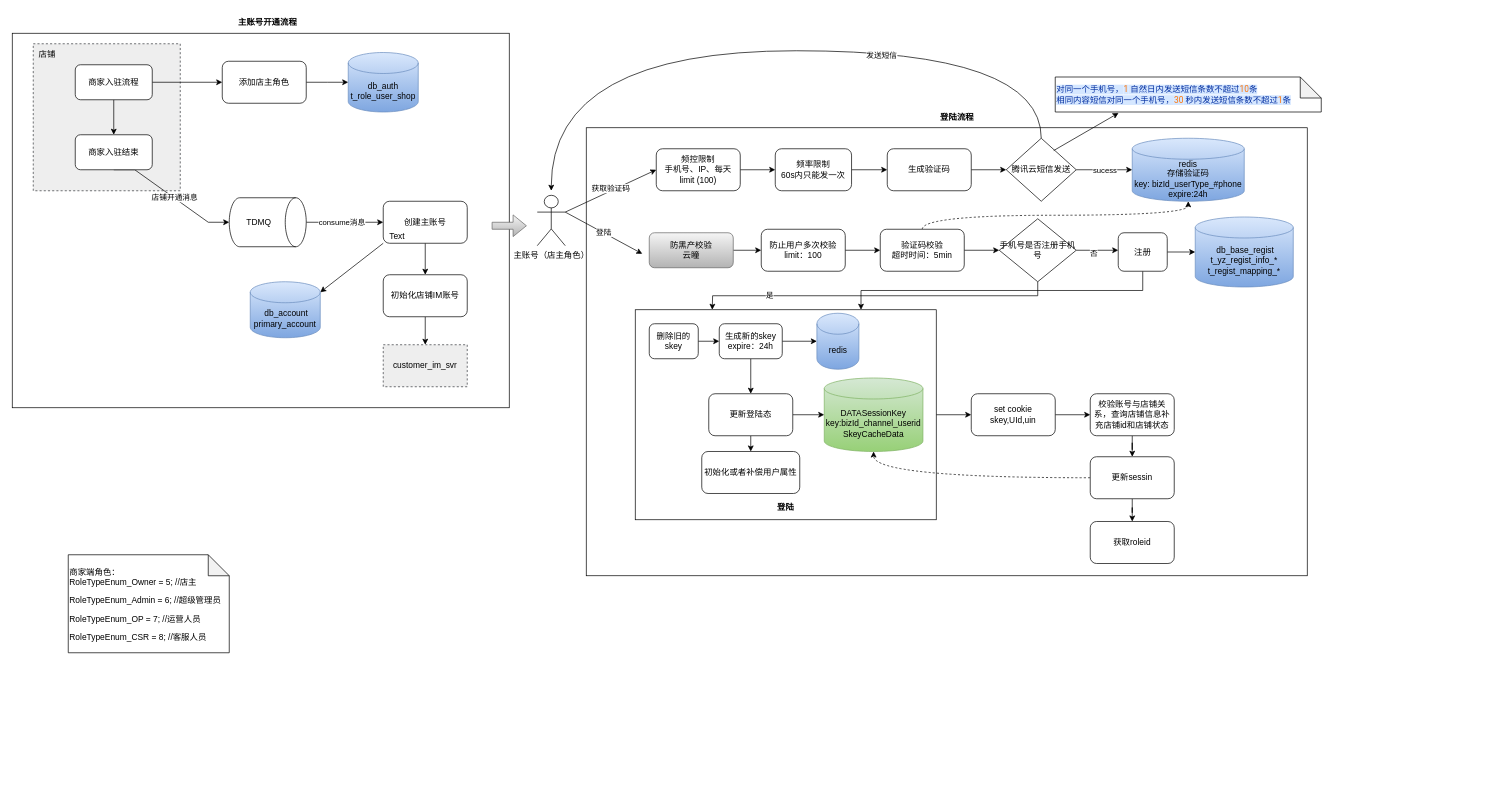
This is page "Page-20" (17 of 17) of src/flow.drawio from zengcrvip/basedemo, a draw.io file, before an edit. Source tidied: cells renumbered, new cells numbered last; positions are measured from the earlier drawing's top-left corner, leaving out a move shared by most shapes. Both pictures are drawn from the tidied source at 70%, with x=0, y=0 at pixel (12, 12).
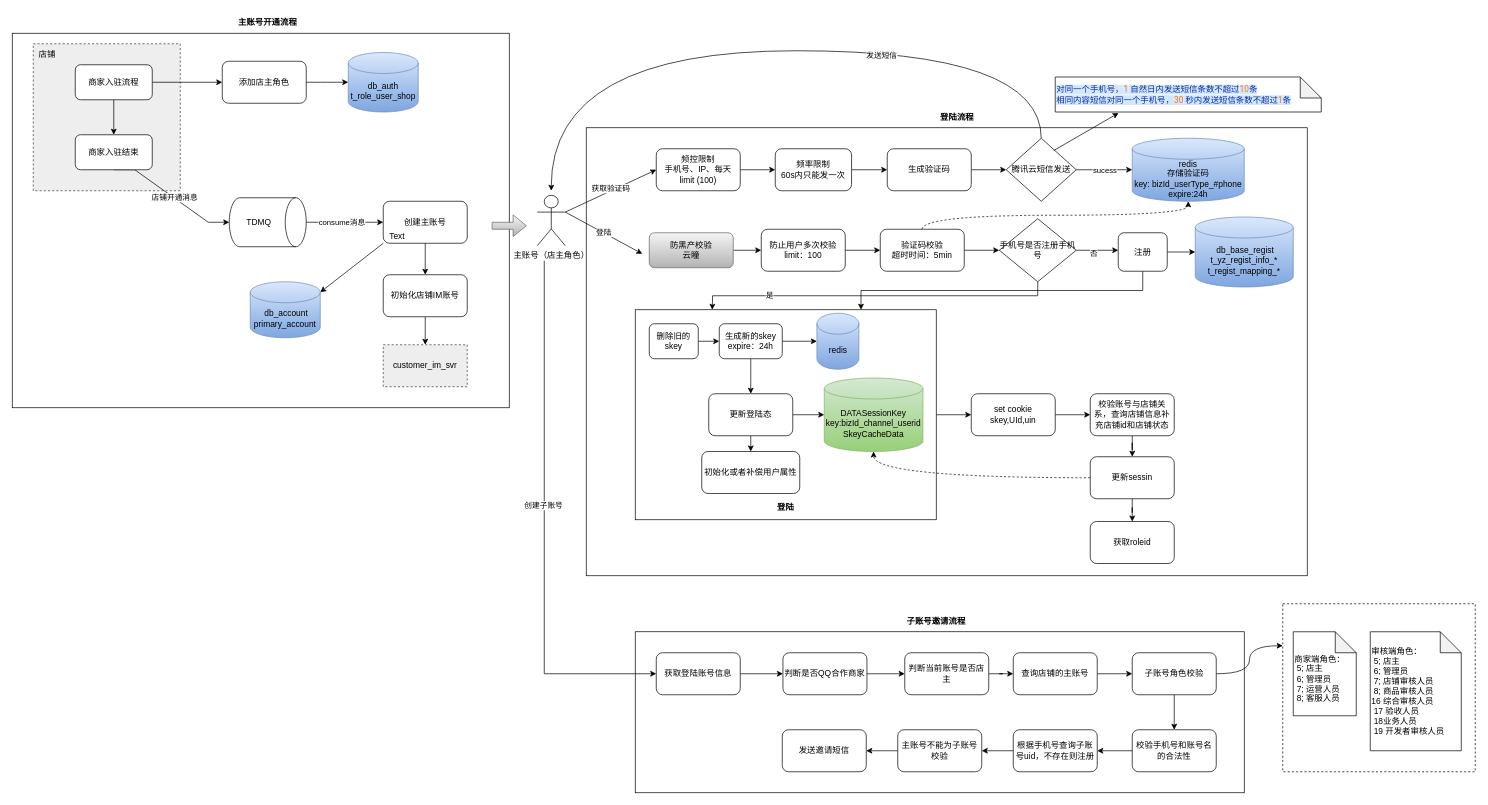
The same diagram, later.

What changed in the source:
```diff
@@
+    <mxCell id="86" style="rounded=0;whiteSpace=wrap;html=1;dashed=1;" parent="1" vertex="1">
+      <mxGeometry x="1815" y="845" width="275" height="240" as="geometry" />
+    </mxCell>
+    <mxCell id="87" style="rounded=0;whiteSpace=wrap;html=1;" parent="1" vertex="1">
+      <mxGeometry x="890" y="885" width="870" height="230" as="geometry" />
+    </mxCell>
@@
-    <mxCell id="12" value="&amp;nbsp;&lt;br&gt;商家端角色：&lt;br&gt;RoleTypeEnum_Owner = 5; //店主&lt;br&gt;&lt;p&gt;      RoleTypeEnum_Admin = 6; //超级管理员&lt;/p&gt;&lt;p&gt;      RoleTypeEnum_OP = 7; //运营人员&lt;/p&gt;&lt;p&gt;      RoleTypeEnum_CSR = 8; //客服人员&amp;nbsp; &amp;nbsp; &amp;nbsp;&lt;/p&gt;" style="shape=note;whiteSpace=wrap;html=1;backgroundOutline=1;darkOpacity=0.05;align=left;" parent="1" vertex="1">
-      <mxGeometry x="80" y="775" width="230" height="140" as="geometry" />
+    <mxCell id="12" value="&amp;nbsp;&lt;br&gt;商家端角色：&lt;br&gt;&amp;nbsp;5; 店主&lt;br&gt;&lt;span style=&quot;background-color: initial;&quot;&gt;&amp;nbsp;6; 管理员&lt;br&gt;&lt;/span&gt;&lt;span style=&quot;background-color: initial;&quot;&gt;&amp;nbsp;7; 运营人员&lt;br&gt;&lt;/span&gt;&lt;span style=&quot;background-color: initial;&quot;&gt;&amp;nbsp;8; 客服人员&amp;nbsp; &amp;nbsp; &amp;nbsp;&lt;/span&gt;&lt;span style=&quot;background-color: initial;&quot;&gt;&lt;br&gt;&lt;/span&gt;" style="shape=note;whiteSpace=wrap;html=1;backgroundOutline=1;darkOpacity=0.05;align=left;" parent="1" vertex="1">
+      <mxGeometry x="1830" y="885" width="90" height="120" as="geometry" />
     </mxCell>
@@
+    <mxCell id="88" style="edgeStyle=orthogonalEdgeStyle;rounded=0;jettySize=auto;html=1;entryX=0;entryY=0.5;entryDx=0;entryDy=0;elbow=vertical;" parent="1" edge="1" target="91">
+      <mxGeometry relative="1" as="geometry">
+        <mxPoint x="760" y="355" as="sourcePoint" />
+        <Array as="points">
+          <mxPoint x="760" y="945" />
+        </Array>
+      </mxGeometry>
+    </mxCell>
+    <mxCell id="89" value="创建子账号" style="edgeLabel;html=1;align=center;verticalAlign=middle;" parent="88" vertex="1">
+      <mxGeometry x="-0.07" y="-2" relative="1" as="geometry" />
+    </mxCell>
@@
+    <mxCell id="90" style="edgeStyle=orthogonalEdgeStyle;rounded=0;jettySize=auto;html=1;exitX=1;exitY=0.5;exitDx=0;exitDy=0;elbow=vertical;" parent="1" edge="1" source="91" target="93">
+      <mxGeometry relative="1" as="geometry" />
+    </mxCell>
+    <mxCell id="91" value="获取登陆账号信息" style="rounded=1;whiteSpace=wrap;html=1;" parent="1" vertex="1">
+      <mxGeometry x="920" y="915" width="120" height="60" as="geometry" />
+    </mxCell>
+    <mxCell id="92" style="edgeStyle=orthogonalEdgeStyle;rounded=0;jettySize=auto;html=1;exitX=1;exitY=0.5;exitDx=0;exitDy=0;elbow=vertical;" parent="1" edge="1" source="93" target="95">
+      <mxGeometry relative="1" as="geometry" />
+    </mxCell>
+    <mxCell id="93" value="判断是否QQ合作商家" style="rounded=1;whiteSpace=wrap;html=1;" parent="1" vertex="1">
+      <mxGeometry x="1101" y="915" width="120" height="60" as="geometry" />
+    </mxCell>
+    <mxCell id="94" style="edgeStyle=orthogonalEdgeStyle;rounded=0;jettySize=auto;html=1;exitX=1;exitY=0.5;exitDx=0;exitDy=0;elbow=vertical;" parent="1" edge="1" source="95" target="97">
+      <mxGeometry relative="1" as="geometry" />
+    </mxCell>
+    <mxCell id="95" value="判断当前账号是否店主" style="rounded=1;whiteSpace=wrap;html=1;" parent="1" vertex="1">
+      <mxGeometry x="1275" y="915" width="120" height="60" as="geometry" />
+    </mxCell>
+    <mxCell id="96" style="edgeStyle=orthogonalEdgeStyle;rounded=0;jettySize=auto;html=1;exitX=1;exitY=0.5;exitDx=0;exitDy=0;entryX=0;entryY=0.5;entryDx=0;entryDy=0;elbow=vertical;" parent="1" edge="1" source="97" target="100">
+      <mxGeometry relative="1" as="geometry" />
+    </mxCell>
+    <mxCell id="97" value="查询店铺的主账号" style="rounded=1;whiteSpace=wrap;html=1;" parent="1" vertex="1">
+      <mxGeometry x="1430" y="915" width="120" height="60" as="geometry" />
+    </mxCell>
+    <mxCell id="98" style="edgeStyle=orthogonalEdgeStyle;rounded=0;jettySize=auto;html=1;exitX=0.5;exitY=1;exitDx=0;exitDy=0;entryX=0.5;entryY=0;entryDx=0;entryDy=0;elbow=vertical;" parent="1" edge="1" source="100" target="102">
+      <mxGeometry relative="1" as="geometry" />
+    </mxCell>
+    <mxCell id="99" style="edgeStyle=orthogonalEdgeStyle;curved=1;rounded=0;jettySize=auto;html=1;exitX=1;exitY=0.5;exitDx=0;exitDy=0;entryX=0;entryY=0.25;entryDx=0;entryDy=0;elbow=vertical;" parent="1" edge="1" source="100" target="86">
+      <mxGeometry relative="1" as="geometry" />
+    </mxCell>
+    <mxCell id="100" value="子账号角色校验" style="rounded=1;whiteSpace=wrap;html=1;" parent="1" vertex="1">
+      <mxGeometry x="1600" y="915" width="120" height="60" as="geometry" />
+    </mxCell>
+    <mxCell id="101" style="edgeStyle=orthogonalEdgeStyle;rounded=0;jettySize=auto;html=1;exitX=0;exitY=0.5;exitDx=0;exitDy=0;elbow=vertical;" parent="1" edge="1" source="102" target="104">
+      <mxGeometry relative="1" as="geometry" />
+    </mxCell>
+    <mxCell id="102" value="校验手机号和账号名的合法性" style="rounded=1;whiteSpace=wrap;html=1;" parent="1" vertex="1">
+      <mxGeometry x="1600" y="1025" width="120" height="60" as="geometry" />
+    </mxCell>
+    <mxCell id="103" style="edgeStyle=orthogonalEdgeStyle;rounded=0;jettySize=auto;html=1;exitX=0;exitY=0.5;exitDx=0;exitDy=0;entryX=1;entryY=0.5;entryDx=0;entryDy=0;elbow=vertical;" parent="1" edge="1" source="104" target="106">
+      <mxGeometry relative="1" as="geometry" />
+    </mxCell>
+    <mxCell id="104" value="根据手机号查询子账号uid，不存在则注册" style="rounded=1;whiteSpace=wrap;html=1;" parent="1" vertex="1">
+      <mxGeometry x="1430" y="1025" width="120" height="60" as="geometry" />
+    </mxCell>
+    <mxCell id="105" style="edgeStyle=orthogonalEdgeStyle;rounded=0;jettySize=auto;html=1;exitX=0;exitY=0.5;exitDx=0;exitDy=0;elbow=vertical;" parent="1" edge="1" source="106" target="107">
+      <mxGeometry relative="1" as="geometry" />
+    </mxCell>
+    <mxCell id="106" value="主账号不能为子账号校验" style="rounded=1;whiteSpace=wrap;html=1;" parent="1" vertex="1">
+      <mxGeometry x="1265" y="1025" width="120" height="60" as="geometry" />
+    </mxCell>
+    <mxCell id="107" value="发送邀请短信" style="rounded=1;whiteSpace=wrap;html=1;" parent="1" vertex="1">
+      <mxGeometry x="1100" y="1025" width="120" height="60" as="geometry" />
+    </mxCell>
+    <mxCell id="108" value="&lt;b&gt;子账号邀请流程&lt;/b&gt;" style="text;html=1;strokeColor=none;fillColor=none;align=center;verticalAlign=middle;whiteSpace=wrap;rounded=0;" parent="1" vertex="1">
+      <mxGeometry x="1270" y="855" width="100" height="30" as="geometry" />
+    </mxCell>
+    <mxCell id="109" value="审核端角色：&lt;br&gt;&lt;span style=&quot;&quot;&gt;&amp;nbsp;5; 店主&lt;/span&gt;&lt;br style=&quot;&quot;&gt;&lt;span style=&quot;background-color: initial;&quot;&gt;&amp;nbsp;6; 管理员&lt;br&gt;&lt;/span&gt;&lt;span style=&quot;background-color: initial;&quot;&gt;&amp;nbsp;7; 店铺审核人员&lt;br&gt;&lt;div style=&quot;&quot;&gt;&lt;span style=&quot;background-color: initial;&quot;&gt;&amp;nbsp;8; 商品审核人员&lt;/span&gt;&lt;/div&gt;&lt;div style=&quot;&quot;&gt;&lt;span style=&quot;background-color: initial;&quot;&gt;16 综合审核人员&lt;/span&gt;&lt;/div&gt;&lt;div style=&quot;&quot;&gt;&lt;span style=&quot;background-color: initial;&quot;&gt;&amp;nbsp;17 验收人员&lt;/span&gt;&lt;/div&gt;&lt;div style=&quot;&quot;&gt;&lt;span style=&quot;background-color: initial;&quot;&gt;&amp;nbsp;18业务人员&lt;/span&gt;&lt;/div&gt;&lt;div style=&quot;&quot;&gt;&lt;span style=&quot;background-color: initial;&quot;&gt;&amp;nbsp;19 开发者审核人员&amp;nbsp;&lt;/span&gt;&lt;span style=&quot;background-color: initial;&quot;&gt;&amp;nbsp;&lt;/span&gt;&lt;/div&gt;&lt;/span&gt;" style="shape=note;whiteSpace=wrap;html=1;backgroundOutline=1;darkOpacity=0.05;align=left;" parent="1" vertex="1">
+      <mxGeometry x="1940" y="885" width="130" height="170" as="geometry" />
+    </mxCell>
```
